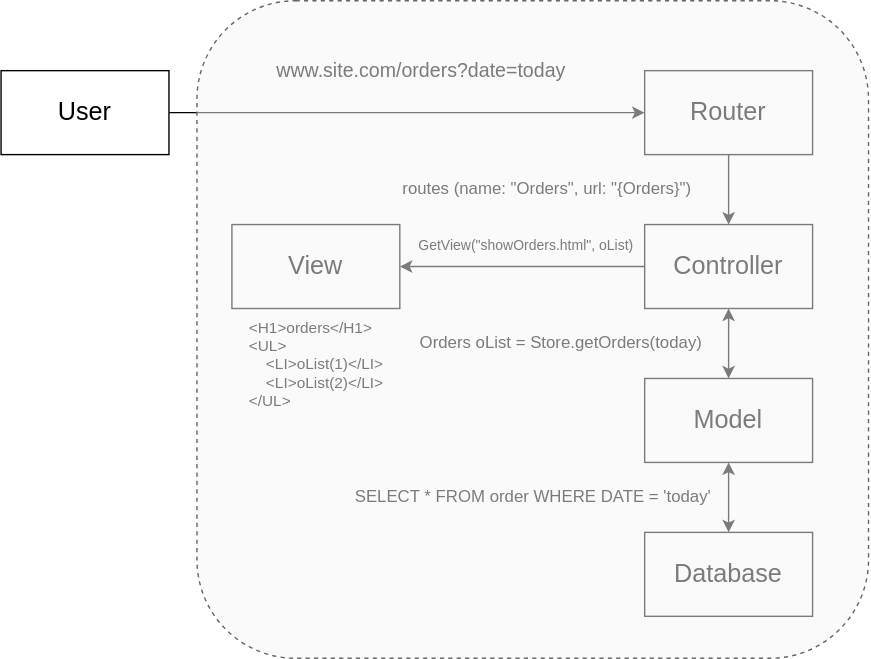
The draw.io diagram Images/MVC.svg in NikosNikolopoulos/WebApp, before a commit. Source tidied: cells renumbered, new cells last; positions are measured from the earlier drawing's top-left corner, leaving out a move shared by most shapes.
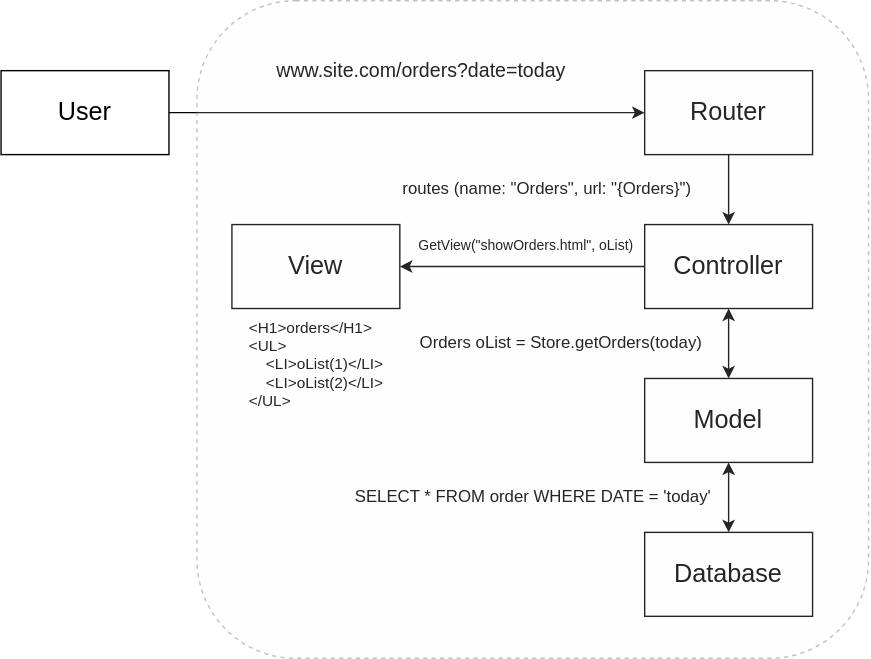
Above is the later version.

Change to the diagram source:
```diff
@@ -55,7 +55,7 @@
     <mxCell id="18" value="&lt;div style=&quot;text-align: justify; font-size: 11px;&quot;&gt;&lt;span style=&quot;background-color: initial;&quot;&gt;&lt;font style=&quot;font-size: 11px;&quot;&gt;&amp;lt;H1&amp;gt;orders&amp;lt;/H1&amp;gt;&lt;/font&gt;&lt;/span&gt;&lt;/div&gt;&lt;div style=&quot;text-align: justify; font-size: 11px;&quot;&gt;&lt;font style=&quot;font-size: 11px;&quot;&gt;&amp;lt;UL&amp;gt;&lt;/font&gt;&lt;/div&gt;&lt;div style=&quot;text-align: justify; font-size: 11px;&quot;&gt;&lt;font style=&quot;font-size: 11px;&quot;&gt;&lt;span style=&quot;&quot;&gt;&lt;span style=&quot;white-space: pre;&quot;&gt;&amp;nbsp;&amp;nbsp;&amp;nbsp;&amp;nbsp;&lt;/span&gt;&lt;/span&gt;&amp;lt;LI&amp;gt;oList(1)&amp;lt;/LI&amp;gt;&lt;br&gt;&lt;span style=&quot;&quot;&gt;&lt;span style=&quot;white-space: pre;&quot;&gt;&amp;nbsp;&amp;nbsp;&amp;nbsp;&amp;nbsp;&lt;/span&gt;&lt;/span&gt;&lt;span style=&quot;background-color: initial;&quot;&gt;&amp;lt;LI&amp;gt;oList(2)&amp;lt;/LI&amp;gt;&lt;/span&gt;&lt;/font&gt;&lt;/div&gt;&lt;div style=&quot;text-align: justify; font-size: 11px;&quot;&gt;&lt;font style=&quot;font-size: 11px;&quot;&gt;&amp;lt;/UL&amp;gt;&lt;/font&gt;&lt;/div&gt;" style="text;html=1;align=center;verticalAlign=middle;strokeColor=none;fillColor=none;" parent="1" vertex="1">
       <mxGeometry x="165" y="220" width="120" height="80" as="geometry" />
     </mxCell>
-    <mxCell id="19" style="rounded=1;whiteSpace=wrap;html=1;fillColor=#f5f5f5;fontColor=#333333;strokeColor=#666666;fillOpacity=50;dashed=1;" parent="1" vertex="1">
+    <mxCell id="19" style="rounded=1;whiteSpace=wrap;html=1;fillColor=#f5f5f5;fontColor=#333333;strokeColor=#666666;fillOpacity=15;dashed=1;strokeOpacity=40;backgroundOutline=0;" parent="1" vertex="1">
       <mxGeometry x="140" width="480" height="470" as="geometry" />
     </mxCell>
   </root>
```
